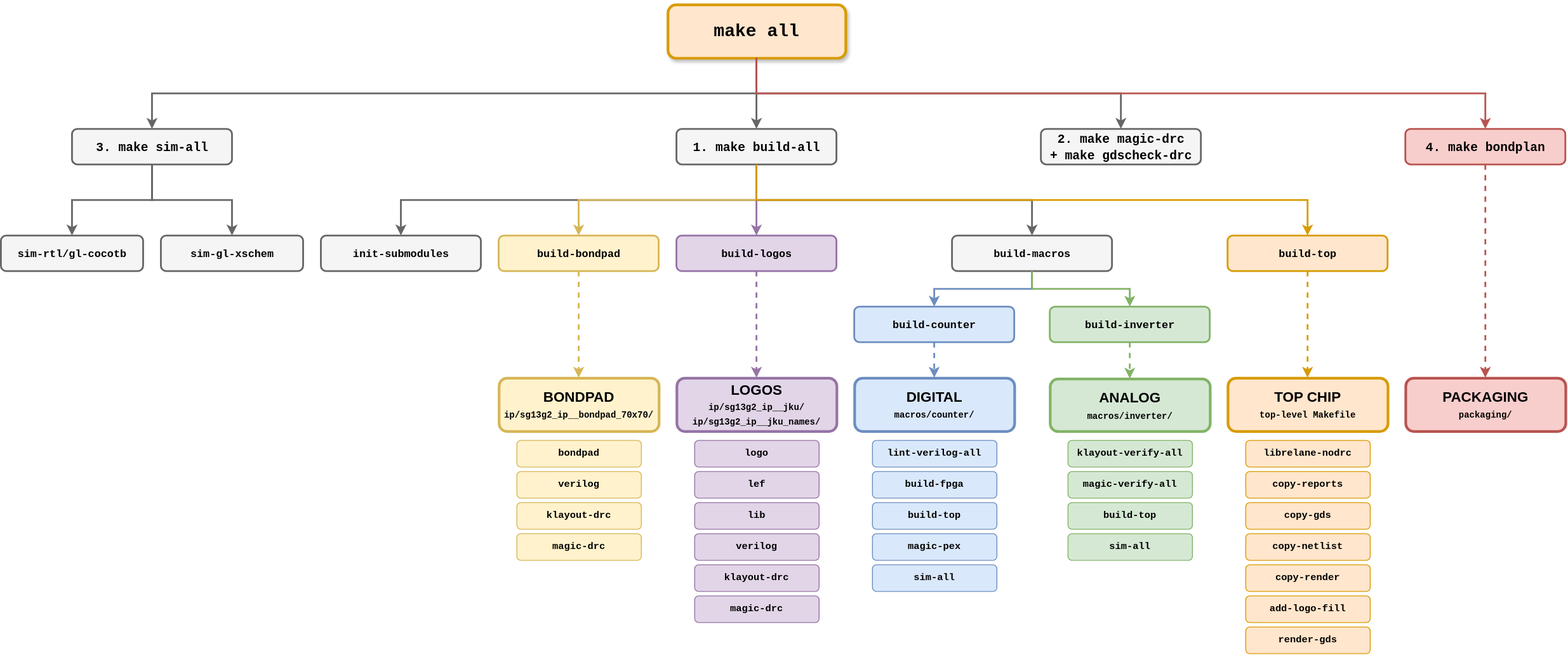
Earlier version of the draw.io export tutorial/fig/targets_overview/targets_overview.svg (iic-jku/ihp-sg13g2-ams-chip-template). Source tidied: cells renumbered, new cells last; positions are measured from the earlier drawing's top-left corner, leaving out a move shared by most shapes.
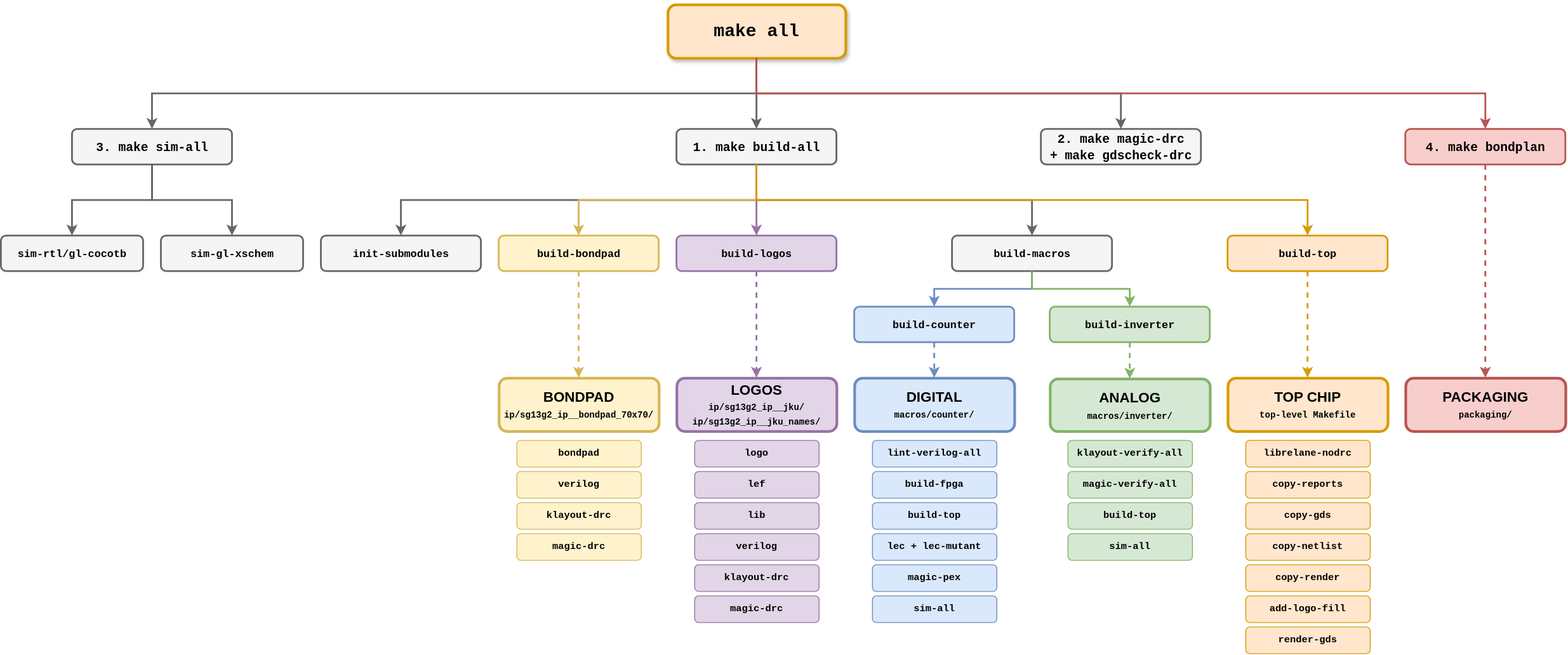
The same file after the commit.

Commit message:
added `lec` and `lec-mutant` to the Makefile targets overview figure

Diff of the diagram source:
```diff
@@ -101,11 +101,14 @@
     <mxCell id="34" value="&lt;font face=&quot;Courier New&quot; style=&quot;font-size: 11px;&quot;&gt;&lt;b&gt;build-top&lt;/b&gt;&lt;/font&gt;" style="rounded=1;whiteSpace=wrap;html=1;fontSize=11;fillColor=#dae8fc;strokeColor=#6c8ebf;strokeWidth=1;fontStyle=0;verticalAlign=middle;sketch=0;" parent="1" vertex="1">
       <mxGeometry x="980" y="560" width="140" height="30" as="geometry" />
     </mxCell>
+    <mxCell id="67" value="&lt;font face=&quot;Courier New&quot; style=&quot;font-size: 11px;&quot;&gt;&lt;b&gt;lec + lec-mutant&lt;/b&gt;&lt;/font&gt;" style="rounded=1;whiteSpace=wrap;html=1;fontSize=11;fillColor=#dae8fc;strokeColor=#6c8ebf;strokeWidth=1;fontStyle=0;verticalAlign=middle;sketch=0;" parent="1" vertex="1">
+      <mxGeometry x="980" y="595" width="140" height="30" as="geometry" />
+    </mxCell>
     <mxCell id="35" value="&lt;font face=&quot;Courier New&quot; style=&quot;font-size: 11px;&quot;&gt;&lt;b&gt;magic-pex&lt;/b&gt;&lt;/font&gt;" style="rounded=1;whiteSpace=wrap;html=1;fontSize=11;fillColor=#dae8fc;strokeColor=#6c8ebf;strokeWidth=1;fontStyle=0;verticalAlign=middle;sketch=0;" parent="1" vertex="1">
-      <mxGeometry x="980" y="595" width="140" height="30" as="geometry" />
+      <mxGeometry x="980" y="630" width="140" height="30" as="geometry" />
     </mxCell>
     <mxCell id="36" value="&lt;font face=&quot;Courier New&quot; style=&quot;font-size: 11px;&quot;&gt;&lt;b&gt;sim-all&lt;/b&gt;&lt;/font&gt;" style="rounded=1;whiteSpace=wrap;html=1;fontSize=11;fillColor=#dae8fc;strokeColor=#6c8ebf;strokeWidth=1;fontStyle=0;verticalAlign=middle;sketch=0;" parent="1" vertex="1">
-      <mxGeometry x="980" y="630" width="140" height="30" as="geometry" />
+      <mxGeometry x="980" y="665" width="140" height="30" as="geometry" />
     </mxCell>
     <mxCell id="37" value="&lt;font face=&quot;Courier New&quot; style=&quot;font-size: 11px;&quot;&gt;&lt;b&gt;klayout-verify-all&lt;/b&gt;&lt;/font&gt;" style="rounded=1;whiteSpace=wrap;html=1;fontSize=11;fillColor=#d5e8d4;strokeColor=#82b366;strokeWidth=1;fontStyle=0;verticalAlign=middle;sketch=0;" parent="1" vertex="1">
       <mxGeometry x="1200" y="490" width="140" height="30" as="geometry" />
```
